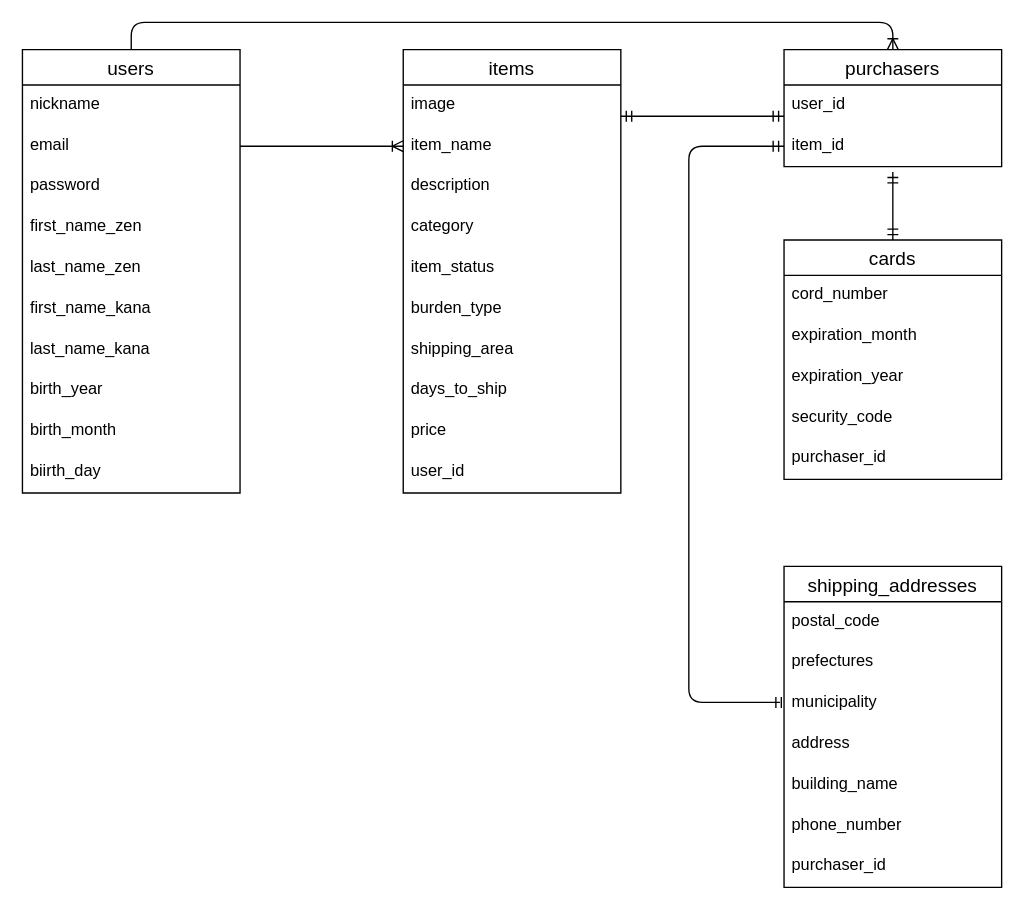
yamazaki-shugo/furima-30544 keeps this draw.io diagram as furima.dio. Above is the earlier version. Source tidied: cells renumbered, new cells numbered last; positions are measured from the earlier drawing's top-left corner, leaving out a move shared by most shapes. Both pictures are drawn from the tidied source at 136%, with x=0, y=0 at pixel (22, 22).
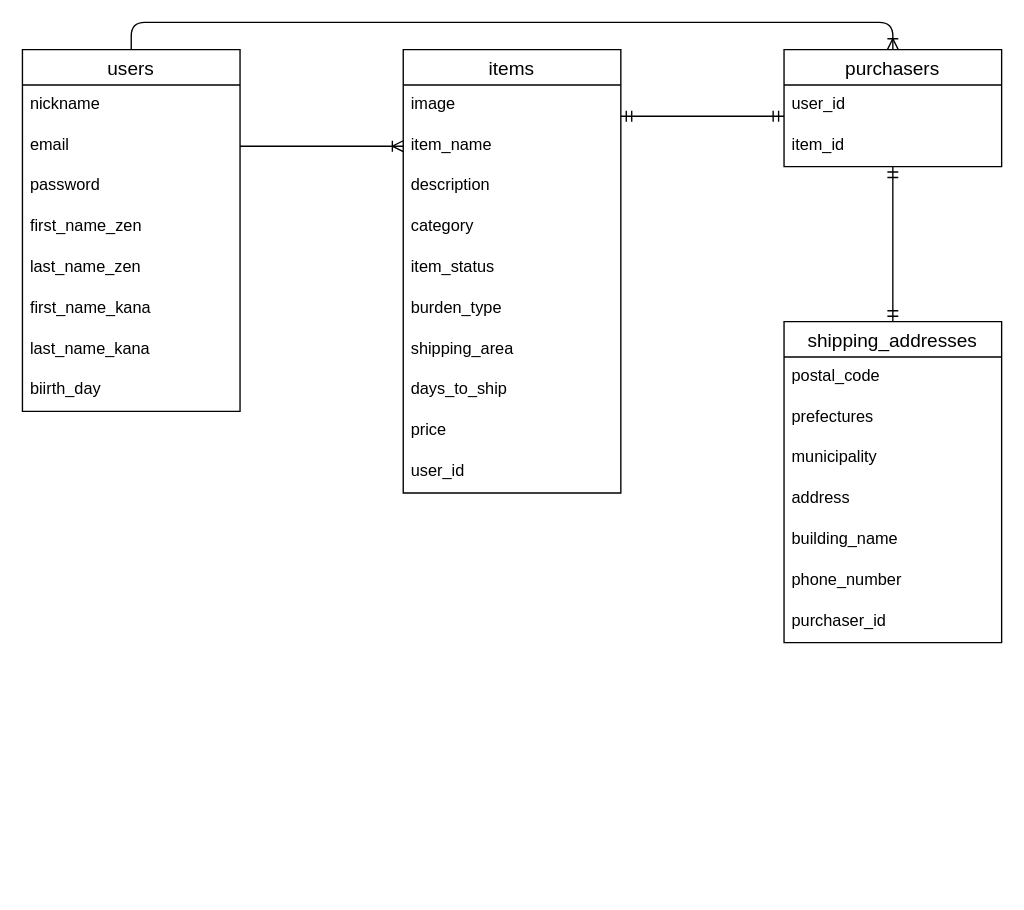
The same page after the edit.

Commit message (it also covers changes not shown here):
データベース設計修正

Unchanged cells that the change refers to:
```xml
<mxCell id="4" value="email" style="text;strokeColor=none;fillColor=none;spacingLeft=4;spacingRight=4;overflow=hidden;points=[[0,0.5],[1,0.5]];portConstraint=eastwest;fontSize=12;" parent="2" vertex="1">
  <mxGeometry y="56" width="160" height="30" as="geometry" />
</mxCell>
<mxCell id="13" value="purchasers" style="swimlane;fontStyle=0;horizontal=1;startSize=26;align=center;fontSize=14;" parent="1" vertex="1">
  <mxGeometry x="560" y="20" width="160" height="86" as="geometry" />
</mxCell>
<mxCell id="15" value="item_id" style="text;strokeColor=none;fillColor=none;spacingLeft=4;spacingRight=4;overflow=hidden;points=[[0,0.5],[1,0.5]];portConstraint=eastwest;fontSize=12;" parent="13" vertex="1">
  <mxGeometry y="56" width="160" height="30" as="geometry" />
</mxCell>
<mxCell id="18" value="item_name" style="text;strokeColor=none;fillColor=none;spacingLeft=4;spacingRight=4;overflow=hidden;points=[[0,0.5],[1,0.5]];portConstraint=eastwest;fontSize=12;" parent="16" vertex="1">
  <mxGeometry y="56" width="160" height="30" as="geometry" />
</mxCell>
```

Diff of the diagram source:
```diff
@@
     <mxCell id="2" value="users" style="swimlane;fontStyle=0;horizontal=1;startSize=26;align=center;fontSize=14;" parent="1" vertex="1">
-      <mxGeometry y="20" width="160" height="326" as="geometry" />
+      <mxGeometry y="20" width="160" height="266" as="geometry" />
     </mxCell>
@@
-    <mxCell id="10" value="birth_year" style="text;strokeColor=none;fillColor=none;spacingLeft=4;spacingRight=4;overflow=hidden;fontSize=12;" parent="2" vertex="1">
-      <mxGeometry y="236" width="160" height="30" as="geometry" />
-    </mxCell>
-    <mxCell id="11" value="birth_month" style="text;strokeColor=none;fillColor=none;spacingLeft=4;spacingRight=4;overflow=hidden;fontSize=12;" parent="2" vertex="1">
-      <mxGeometry y="266" width="160" height="30" as="geometry" />
-    </mxCell>
     <mxCell id="12" value="biirth_day" style="text;strokeColor=none;fillColor=none;spacingLeft=4;spacingRight=4;overflow=hidden;fontSize=12;" parent="2" vertex="1">
-      <mxGeometry y="296" width="160" height="30" as="geometry" />
+      <mxGeometry y="236" width="160" height="30" as="geometry" />
     </mxCell>
@@
+    <mxCell id="42" style="fontSize=12;html=1;endArrow=ERoneToMany;exitX=1;exitY=0.5;exitDx=0;exitDy=0;entryX=0;entryY=0.5;entryDx=0;entryDy=0;" parent="1" edge="1" source="4" target="18">
+      <mxGeometry relative="1" as="geometry" />
+    </mxCell>
+    <mxCell id="43" style="edgeStyle=orthogonalEdgeStyle;fontSize=12;html=1;endArrow=ERoneToMany;entryX=0.5;entryY=0;entryDx=0;entryDy=0;exitX=0.5;exitY=0;exitDx=0;exitDy=0;" parent="1" edge="1" source="2" target="13">
+      <mxGeometry relative="1" as="geometry">
+        <Array as="points">
+          <mxPoint x="80" />
+          <mxPoint x="640" />
+        </Array>
+      </mxGeometry>
+    </mxCell>
+    <mxCell id="44" style="fontSize=12;html=1;endArrow=ERmandOne;startArrow=ERmandOne;" parent="1" edge="1">
+      <mxGeometry relative="1" as="geometry">
+        <mxPoint x="560" y="69" as="sourcePoint" />
+        <mxPoint x="440" y="69" as="targetPoint" />
+      </mxGeometry>
+    </mxCell>
     <mxCell id="27" value="shipping_addresses" style="swimlane;fontStyle=0;horizontal=1;startSize=26;align=center;fontSize=14;" parent="1" vertex="1">
-      <mxGeometry x="560" y="400" width="160" height="236" as="geometry" />
+      <mxGeometry x="560" y="220" width="160" height="236" as="geometry" />
     </mxCell>
@@
-    <mxCell id="35" style="edgeStyle=none;rounded=0;jettySize=auto;html=1;exitX=0.5;exitY=0;exitDx=0;exitDy=0;startArrow=ERmandOne;startFill=0;endArrow=ERmandOne;endFill=0;" parent="1" edge="1" source="36">
-      <mxGeometry relative="1" as="geometry">
-        <mxPoint x="640" y="110" as="targetPoint" />
-      </mxGeometry>
-    </mxCell>
-    <mxCell id="36" value="cards" style="swimlane;fontStyle=0;horizontal=1;startSize=26;align=center;fontSize=14;" parent="1" vertex="1">
-      <mxGeometry x="560" y="160" width="160" height="176" as="geometry" />
-    </mxCell>
-    <mxCell id="37" value="cord_number" style="text;strokeColor=none;fillColor=none;spacingLeft=4;spacingRight=4;overflow=hidden;fontSize=12;" parent="36" vertex="1">
-      <mxGeometry y="26" width="160" height="30" as="geometry" />
-    </mxCell>
-    <mxCell id="38" value="expiration_month" style="text;strokeColor=none;fillColor=none;spacingLeft=4;spacingRight=4;overflow=hidden;fontSize=12;" parent="36" vertex="1">
-      <mxGeometry y="56" width="160" height="30" as="geometry" />
-    </mxCell>
-    <mxCell id="39" value="expiration_year" style="text;strokeColor=none;fillColor=none;spacingLeft=4;spacingRight=4;overflow=hidden;fontSize=12;" parent="36" vertex="1">
-      <mxGeometry y="86" width="160" height="30" as="geometry" />
-    </mxCell>
-    <mxCell id="40" value="security_code" style="text;strokeColor=none;fillColor=none;spacingLeft=4;spacingRight=4;overflow=hidden;fontSize=12;" parent="36" vertex="1">
-      <mxGeometry y="116" width="160" height="30" as="geometry" />
-    </mxCell>
-    <mxCell id="41" value="purchaser_id" style="text;strokeColor=none;fillColor=none;spacingLeft=4;spacingRight=4;overflow=hidden;fontSize=12;" parent="36" vertex="1">
-      <mxGeometry y="146" width="160" height="30" as="geometry" />
-    </mxCell>
-    <mxCell id="42" style="fontSize=12;html=1;endArrow=ERoneToMany;exitX=1;exitY=0.5;exitDx=0;exitDy=0;entryX=0;entryY=0.5;entryDx=0;entryDy=0;" parent="1" edge="1" source="4" target="18">
-      <mxGeometry relative="1" as="geometry" />
-    </mxCell>
-    <mxCell id="43" style="edgeStyle=orthogonalEdgeStyle;fontSize=12;html=1;endArrow=ERoneToMany;entryX=0.5;entryY=0;entryDx=0;entryDy=0;exitX=0.5;exitY=0;exitDx=0;exitDy=0;" parent="1" edge="1" source="2" target="13">
-      <mxGeometry relative="1" as="geometry">
-        <Array as="points">
-          <mxPoint x="80" />
-          <mxPoint x="640" />
-        </Array>
-      </mxGeometry>
-    </mxCell>
-    <mxCell id="44" style="fontSize=12;html=1;endArrow=ERmandOne;startArrow=ERmandOne;" parent="1" edge="1">
-      <mxGeometry relative="1" as="geometry">
-        <mxPoint x="560" y="69" as="sourcePoint" />
-        <mxPoint x="440" y="69" as="targetPoint" />
-      </mxGeometry>
-    </mxCell>
-    <mxCell id="45" style="edgeStyle=orthogonalEdgeStyle;fontSize=12;html=1;endArrow=ERmandOne;startArrow=ERmandOne;entryX=0;entryY=0.5;entryDx=0;entryDy=0;" parent="1" edge="1" target="15">
-      <mxGeometry relative="1" as="geometry">
-        <mxPoint x="550" y="500" as="sourcePoint" />
-        <Array as="points">
-          <mxPoint x="560" y="500" />
-          <mxPoint x="490" y="500" />
-          <mxPoint x="490" y="91" />
-        </Array>
-      </mxGeometry>
+    <mxCell id="45" style="fontSize=12;html=1;endArrow=ERmandOne;startArrow=ERmandOne;entryX=0.5;entryY=1;entryDx=0;entryDy=0;entryPerimeter=0;" parent="1" edge="1" source="27" target="15">
+      <mxGeometry relative="1" as="geometry" />
     </mxCell>
```
